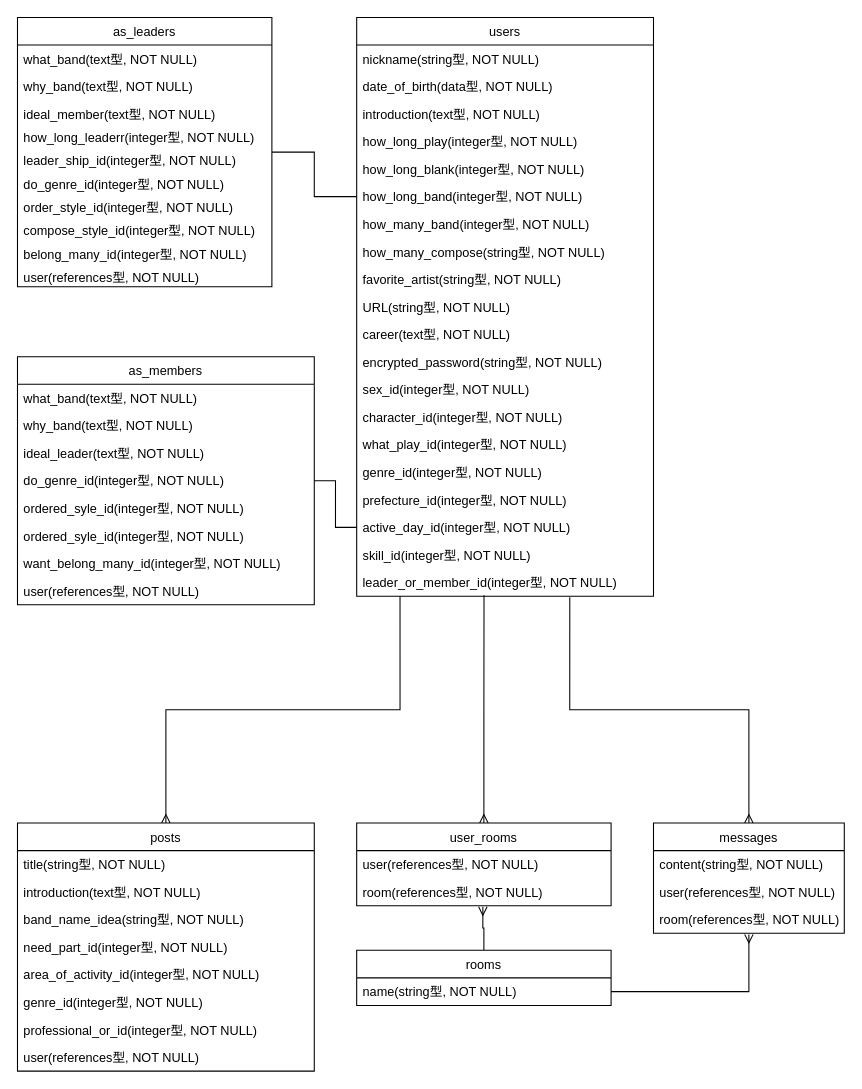
RyousukeOkazaki/band-starter-36553 keeps this draw.io diagram as er.dio. Above is the earlier version. Source tidied: cells renumbered, new cells numbered last; positions are measured from the earlier drawing's top-left corner, leaving out a move shared by most shapes. Both pictures are drawn from the tidied source at 106%, with x=0, y=0 at pixel (17, 17).
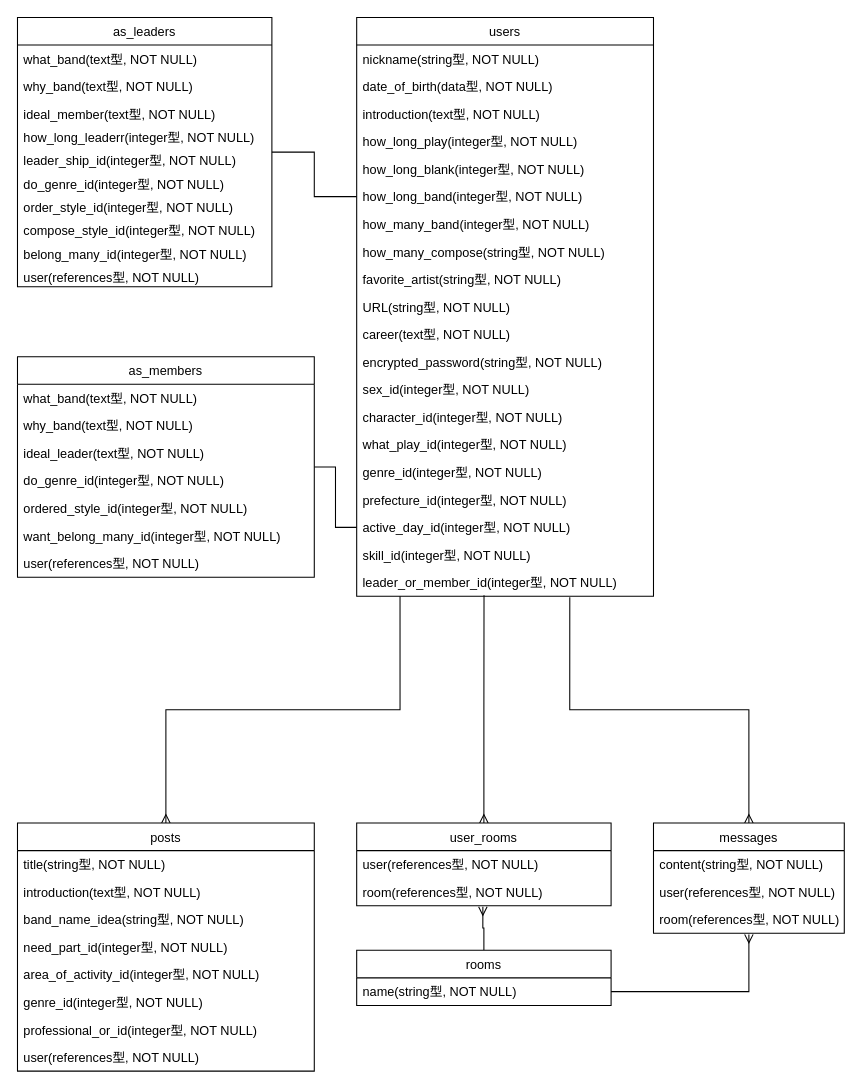
The same diagram, later.

Change to the diagram source:
```diff
@@
     <mxCell id="3" value="as_members" style="swimlane;fontStyle=0;horizontal=1;startSize=26;" parent="1" vertex="1">
-      <mxGeometry y="320" width="280" height="234" as="geometry" />
+      <mxGeometry y="320" width="280" height="208" as="geometry" />
     </mxCell>
@@
-    <mxCell id="8" value="ordered_syle_id(integer型, NOT NULL)" style="text;strokeColor=none;fillColor=none;align=left;verticalAlign=top;spacingLeft=4;spacingRight=4;overflow=hidden;" parent="3" vertex="1">
+    <mxCell id="8" value="ordered_style_id(integer型, NOT NULL)" style="text;strokeColor=none;fillColor=none;align=left;verticalAlign=top;spacingLeft=4;spacingRight=4;overflow=hidden;" parent="3" vertex="1">
       <mxGeometry y="130" width="280" height="26" as="geometry" />
     </mxCell>
-    <mxCell id="9" value="ordered_syle_id(integer型, NOT NULL)" style="text;strokeColor=none;fillColor=none;align=left;verticalAlign=top;spacingLeft=4;spacingRight=4;overflow=hidden;" parent="3" vertex="1">
-      <mxGeometry y="156" width="280" height="26" as="geometry" />
-    </mxCell>
     <mxCell id="10" value="want_belong_many_id(integer型, NOT NULL)" style="text;strokeColor=none;fillColor=none;align=left;verticalAlign=top;spacingLeft=4;spacingRight=4;overflow=hidden;" parent="3" vertex="1">
-      <mxGeometry y="182" width="280" height="26" as="geometry" />
+      <mxGeometry y="156" width="280" height="26" as="geometry" />
     </mxCell>
     <mxCell id="11" value="user(references型, NOT NULL)" style="text;strokeColor=none;fillColor=none;align=left;verticalAlign=top;spacingLeft=4;spacingRight=4;overflow=hidden;" parent="3" vertex="1">
-      <mxGeometry y="208" width="280" height="26" as="geometry" />
+      <mxGeometry y="182" width="280" height="26" as="geometry" />
     </mxCell>
```
